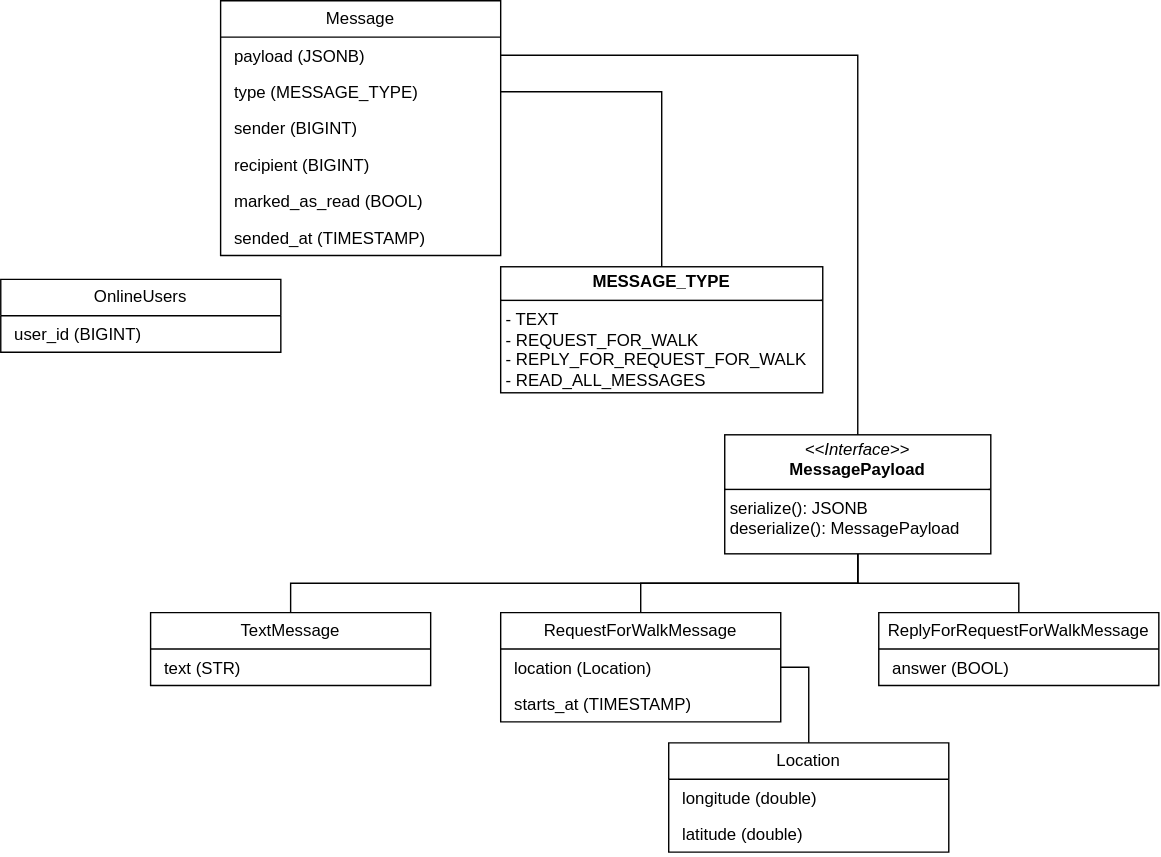
Before: doc/img/domain_model.drawio.svg, a diagram exported from draw.io (ru-random-walk/chat-service). Source tidied: cells renumbered, new cells last; positions are measured from the earlier drawing's top-left corner, leaving out a move shared by most shapes.
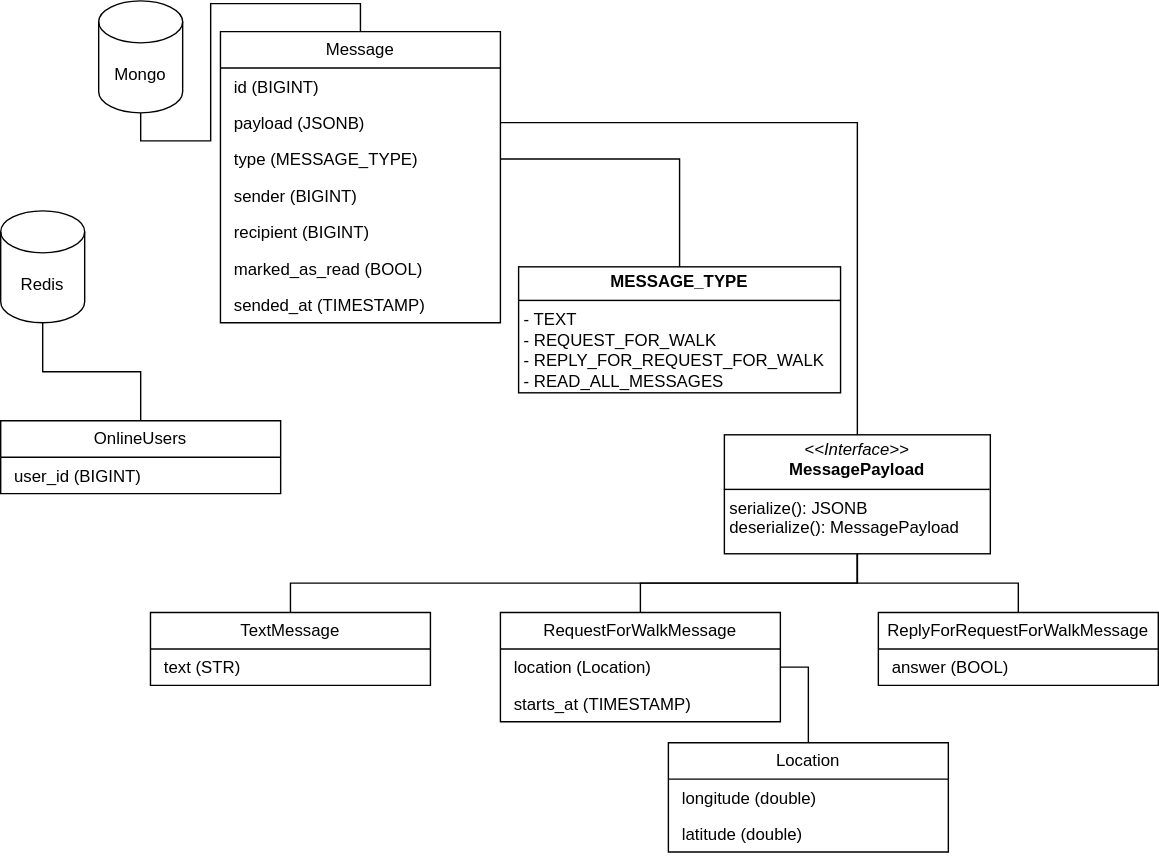
After the change.

Commit message:
RANDOMWALK-7: add id and databases

Change to the diagram source:
```diff
@@ -3,28 +3,31 @@
     <mxCell id="0" />
     <mxCell id="1" parent="0" />
     <mxCell id="2" value="Message" style="swimlane;fontStyle=0;horizontal=1;startSize=26;fillColor=#FFFFFF;whiteSpace=wrap;html=1;" parent="1" vertex="1">
-      <mxGeometry x="157" width="200" height="182" as="geometry" />
+      <mxGeometry x="157" y="22" width="200" height="208" as="geometry" />
     </mxCell>
+    <mxCell id="29" value="&lt;p style=&quot;margin: 0px 0px 0px 4px;&quot;&gt;id (BIGINT)&lt;/p&gt;" style="text;strokeColor=none;fillColor=none;align=left;verticalAlign=top;spacingLeft=4;spacingRight=4;overflow=hidden;whiteSpace=wrap;html=1;" parent="2" vertex="1">
+      <mxGeometry y="26" width="200" height="26" as="geometry" />
+    </mxCell>
     <mxCell id="3" value="&lt;p style=&quot;margin: 0px 0px 0px 4px;&quot;&gt;payload (JSONB)&lt;/p&gt;" style="text;strokeColor=none;fillColor=none;align=left;verticalAlign=top;spacingLeft=4;spacingRight=4;overflow=hidden;points=[[0,0.5],[1,0.5]];portConstraint=eastwest;whiteSpace=wrap;html=1;" parent="2" vertex="1">
-      <mxGeometry y="26" width="200" height="26" as="geometry" />
+      <mxGeometry y="52" width="200" height="26" as="geometry" />
     </mxCell>
     <mxCell id="4" value="&lt;div&gt;&lt;p style=&quot;margin: 0px 0px 0px 4px;&quot;&gt;type (MESSAGE_TYPE)&lt;/p&gt;&lt;/div&gt;" style="text;strokeColor=none;fillColor=none;align=left;verticalAlign=top;spacingLeft=4;spacingRight=4;overflow=hidden;points=[[0,0.5],[1,0.5]];portConstraint=eastwest;whiteSpace=wrap;html=1;" parent="2" vertex="1">
-      <mxGeometry y="52" width="200" height="26" as="geometry" />
+      <mxGeometry y="78" width="200" height="26" as="geometry" />
     </mxCell>
     <mxCell id="5" value="&lt;div&gt;&lt;p style=&quot;margin: 0px 0px 0px 4px;&quot;&gt;sender (BIGINT)&lt;/p&gt;&lt;/div&gt;" style="text;strokeColor=none;fillColor=none;align=left;verticalAlign=top;spacingLeft=4;spacingRight=4;overflow=hidden;whiteSpace=wrap;html=1;" parent="2" vertex="1">
-      <mxGeometry y="78" width="200" height="26" as="geometry" />
+      <mxGeometry y="104" width="200" height="26" as="geometry" />
     </mxCell>
     <mxCell id="6" value="&lt;p style=&quot;margin: 0px 0px 0px 4px;&quot;&gt;&lt;span style=&quot;background-color: initial;&quot;&gt;recipient (BIGINT)&lt;/span&gt;&lt;br&gt;&lt;/p&gt;" style="text;strokeColor=none;fillColor=none;align=left;verticalAlign=top;spacingLeft=4;spacingRight=4;overflow=hidden;whiteSpace=wrap;html=1;" parent="2" vertex="1">
-      <mxGeometry y="104" width="200" height="26" as="geometry" />
+      <mxGeometry y="130" width="200" height="26" as="geometry" />
     </mxCell>
     <mxCell id="7" value="&lt;p style=&quot;margin: 0px 0px 0px 4px;&quot;&gt;marked_as_read (BOOL)&lt;/p&gt;" style="text;strokeColor=none;fillColor=none;align=left;verticalAlign=top;spacingLeft=4;spacingRight=4;overflow=hidden;whiteSpace=wrap;html=1;" parent="2" vertex="1">
-      <mxGeometry y="130" width="200" height="26" as="geometry" />
+      <mxGeometry y="156" width="200" height="26" as="geometry" />
     </mxCell>
     <mxCell id="8" value="&lt;p style=&quot;margin: 0px 0px 0px 4px;&quot;&gt;sended_at (TIMESTAMP)&lt;/p&gt;" style="text;strokeColor=none;fillColor=none;align=left;verticalAlign=top;spacingLeft=4;spacingRight=4;overflow=hidden;whiteSpace=wrap;html=1;" parent="2" vertex="1">
-      <mxGeometry y="156" width="200" height="26" as="geometry" />
+      <mxGeometry y="182" width="200" height="26" as="geometry" />
     </mxCell>
     <mxCell id="9" value="&lt;p style=&quot;margin:0px;margin-top:4px;text-align:center;&quot;&gt;&lt;b style=&quot;text-align: left;&quot;&gt;MESSAGE_TYPE&lt;/b&gt;&lt;br&gt;&lt;/p&gt;&lt;hr size=&quot;1&quot; style=&quot;border-style:solid;&quot;&gt;&lt;p style=&quot;margin:0px;margin-left:4px;&quot;&gt;- TEXT&lt;/p&gt;&lt;p style=&quot;margin:0px;margin-left:4px;&quot;&gt;- REQUEST_FOR_WALK&lt;/p&gt;&lt;p style=&quot;margin:0px;margin-left:4px;&quot;&gt;- REPLY_FOR_&lt;span style=&quot;background-color: initial;&quot;&gt;REQUEST_FOR_WALK&lt;br&gt;- READ_ALL_MESSAGES&lt;/span&gt;&lt;/p&gt;" style="verticalAlign=top;align=left;overflow=fill;html=1;whiteSpace=wrap;" parent="1" vertex="1">
-      <mxGeometry x="357" y="190" width="230" height="90" as="geometry" />
+      <mxGeometry x="370" y="190" width="230" height="90" as="geometry" />
     </mxCell>
     <mxCell id="10" style="edgeStyle=orthogonalEdgeStyle;rounded=0;jettySize=auto;html=1;exitX=1;exitY=0.5;exitDx=0;exitDy=0;endArrow=none;endFill=0;" parent="1" edge="1" source="4" target="9">
       <mxGeometry relative="1" as="geometry" />
@@ -78,10 +81,22 @@
       <mxGeometry relative="1" as="geometry" />
     </mxCell>
     <mxCell id="27" value="OnlineUsers" style="swimlane;fontStyle=0;horizontal=1;startSize=26;fillColor=#FFFFFF;whiteSpace=wrap;html=1;" parent="1" vertex="1">
-      <mxGeometry y="199" width="200" height="52" as="geometry" />
+      <mxGeometry y="300" width="200" height="52" as="geometry" />
     </mxCell>
     <mxCell id="28" value="&lt;p style=&quot;margin: 0px 0px 0px 4px;&quot;&gt;&lt;span style=&quot;background-color: initial;&quot;&gt;user_id (BIGINT)&lt;/span&gt;&lt;br&gt;&lt;/p&gt;" style="text;strokeColor=none;fillColor=none;align=left;verticalAlign=top;spacingLeft=4;spacingRight=4;overflow=hidden;whiteSpace=wrap;html=1;" parent="27" vertex="1">
       <mxGeometry y="26" width="200" height="26" as="geometry" />
     </mxCell>
+    <mxCell id="30" style="edgeStyle=orthogonalEdgeStyle;rounded=0;jettySize=auto;html=1;exitX=0.5;exitY=1;exitDx=0;exitDy=0;exitPerimeter=0;endArrow=none;endFill=0;" parent="1" edge="1" source="31" target="27">
+      <mxGeometry relative="1" as="geometry" />
+    </mxCell>
+    <mxCell id="31" value="Redis" style="shape=cylinder3;whiteSpace=wrap;html=1;boundedLbl=1;backgroundOutline=1;size=15;" parent="1" vertex="1">
+      <mxGeometry y="150" width="60" height="80" as="geometry" />
+    </mxCell>
+    <mxCell id="32" style="edgeStyle=orthogonalEdgeStyle;shape=connector;rounded=0;jettySize=auto;html=1;exitX=0.5;exitY=1;exitDx=0;exitDy=0;exitPerimeter=0;entryX=0.5;entryY=0;entryDx=0;entryDy=0;strokeColor=default;align=center;verticalAlign=middle;fontFamily=Helvetica;fontSize=11;fontColor=default;labelBackgroundColor=default;endArrow=none;endFill=0;" parent="1" edge="1" source="33" target="2">
+      <mxGeometry relative="1" as="geometry" />
+    </mxCell>
+    <mxCell id="33" value="Mongo" style="shape=cylinder3;whiteSpace=wrap;html=1;boundedLbl=1;backgroundOutline=1;size=15;" parent="1" vertex="1">
+      <mxGeometry x="70" width="60" height="80" as="geometry" />
+    </mxCell>
   </root>
 </mxGraphModel>
```
